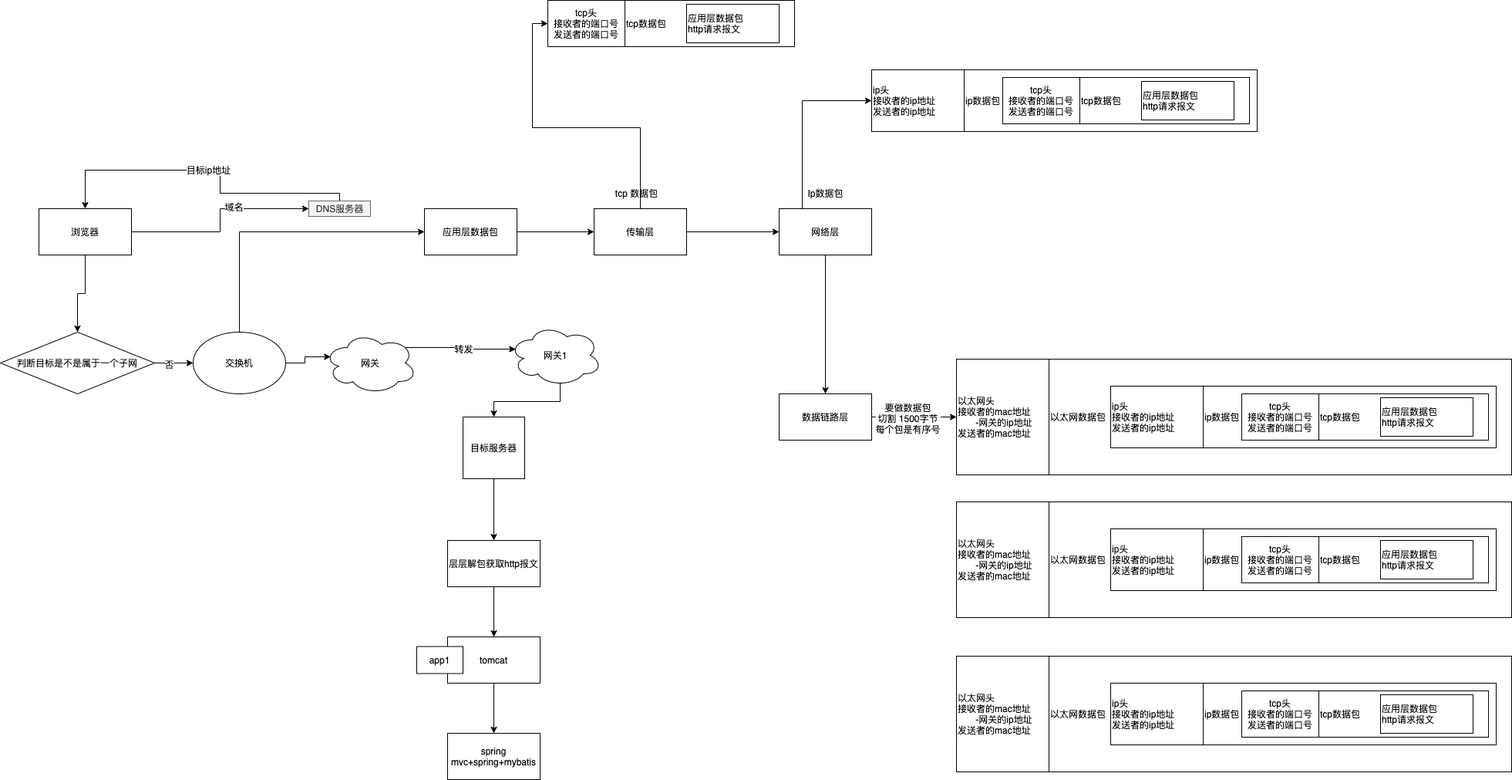
Before: cs/request-flow.png, a diagram exported from draw.io (sivanbil/architecthure-diagram). Source tidied: cells renumbered, new cells last; positions are measured from the earlier drawing's top-left corner, leaving out a move shared by most shapes.
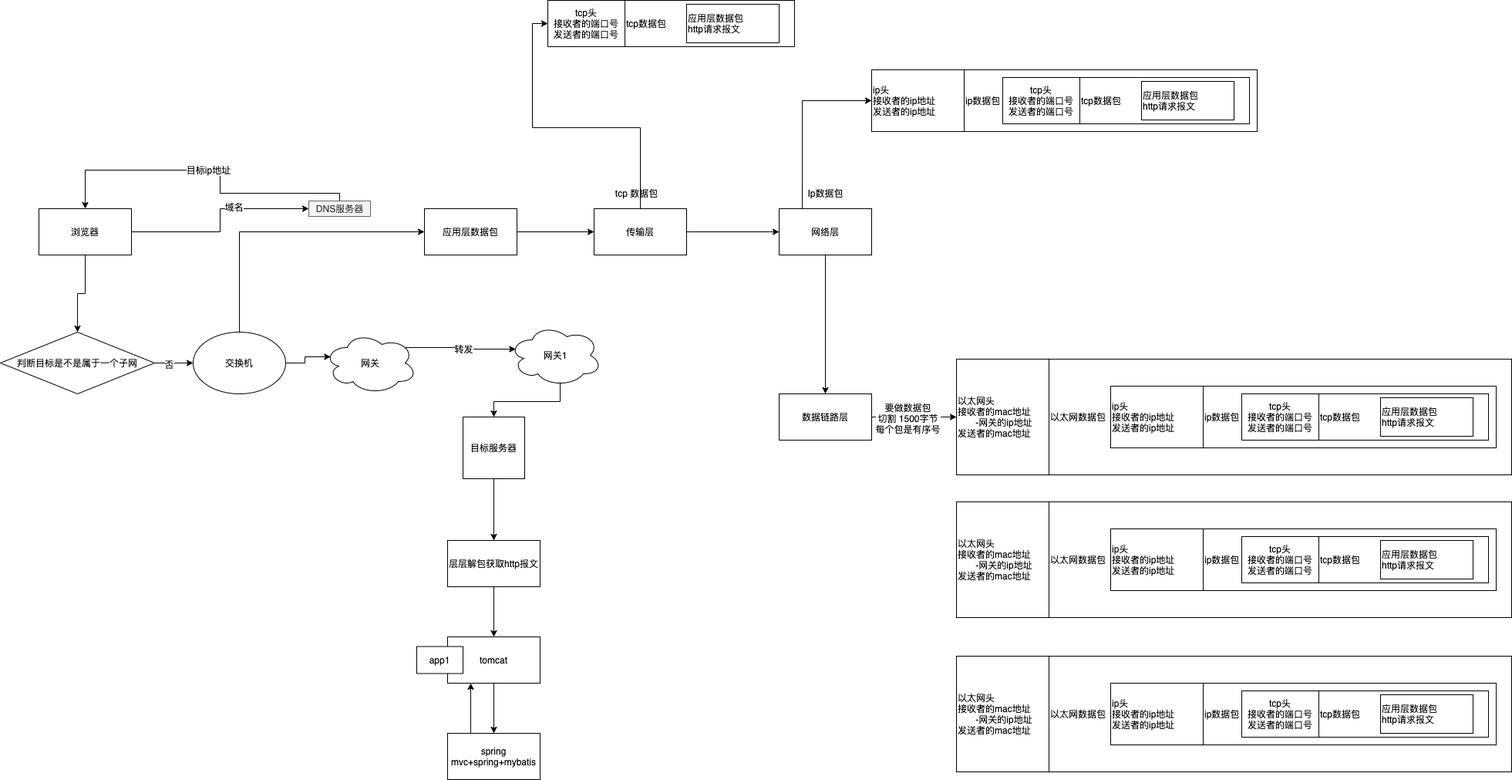
Later version of the same file.

What changed in the source:
```diff
@@ -204,6 +204,9 @@
     <mxCell id="66" value="tomcat" style="rounded=0;whiteSpace=wrap;html=1;align=center;" parent="1" vertex="1">
       <mxGeometry x="580" y="825" width="120" height="60" as="geometry" />
     </mxCell>
+    <mxCell id="69" style="edgeStyle=orthogonalEdgeStyle;rounded=0;jettySize=auto;html=1;exitX=0.25;exitY=0;exitDx=0;exitDy=0;entryX=0.25;entryY=1;entryDx=0;entryDy=0;" parent="1" edge="1" source="67" target="66">
+      <mxGeometry relative="1" as="geometry" />
+    </mxCell>
     <mxCell id="67" value="spring mvc+spring+mybatis" style="rounded=0;whiteSpace=wrap;html=1;align=center;" parent="1" vertex="1">
       <mxGeometry x="580" y="950" width="120" height="60" as="geometry" />
     </mxCell>
```
